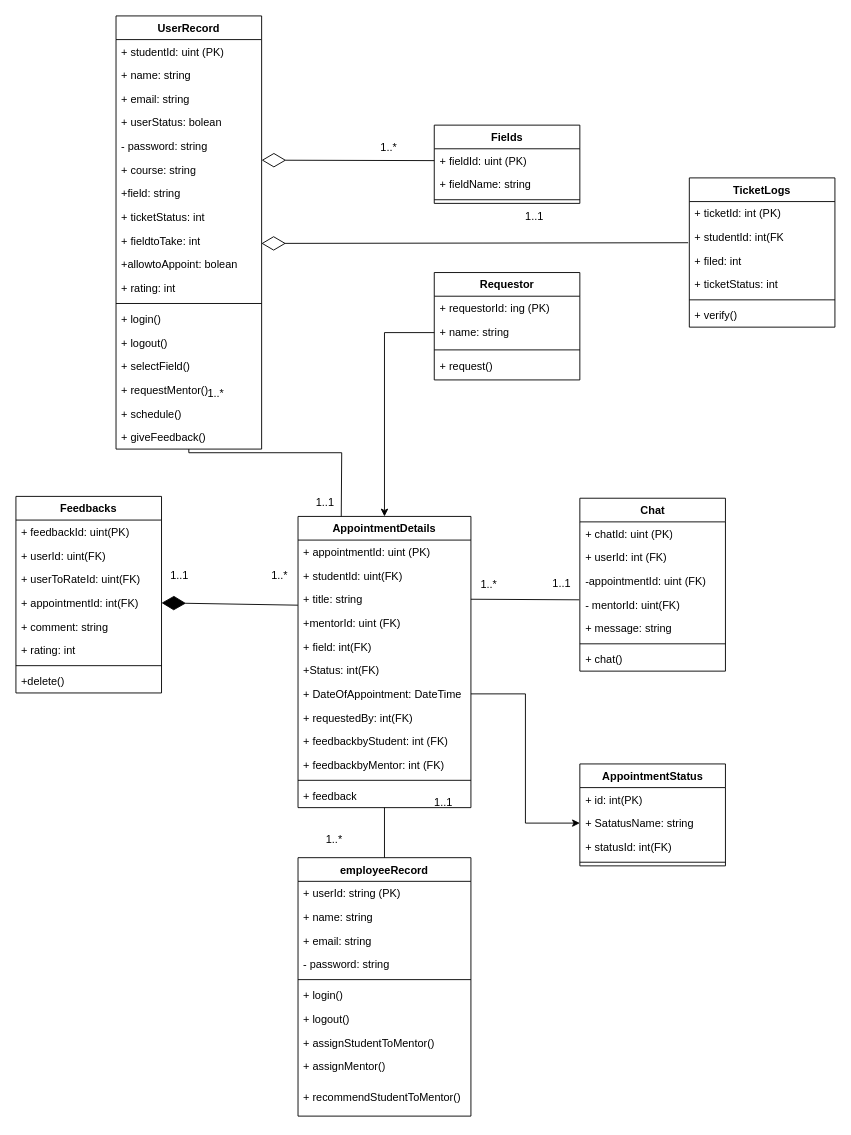
This is Alumni Mentorship Program Diagram.drawio from yoshilynfujitani/SA-Diagrams, a draw.io file, before an edit. Source tidied: cells renumbered, new cells numbered last; positions are measured from the earlier drawing's top-left corner, leaving out a move shared by most shapes. Both pictures are drawn from the tidied source at 91%, with x=0, y=0 at pixel (15, 15).
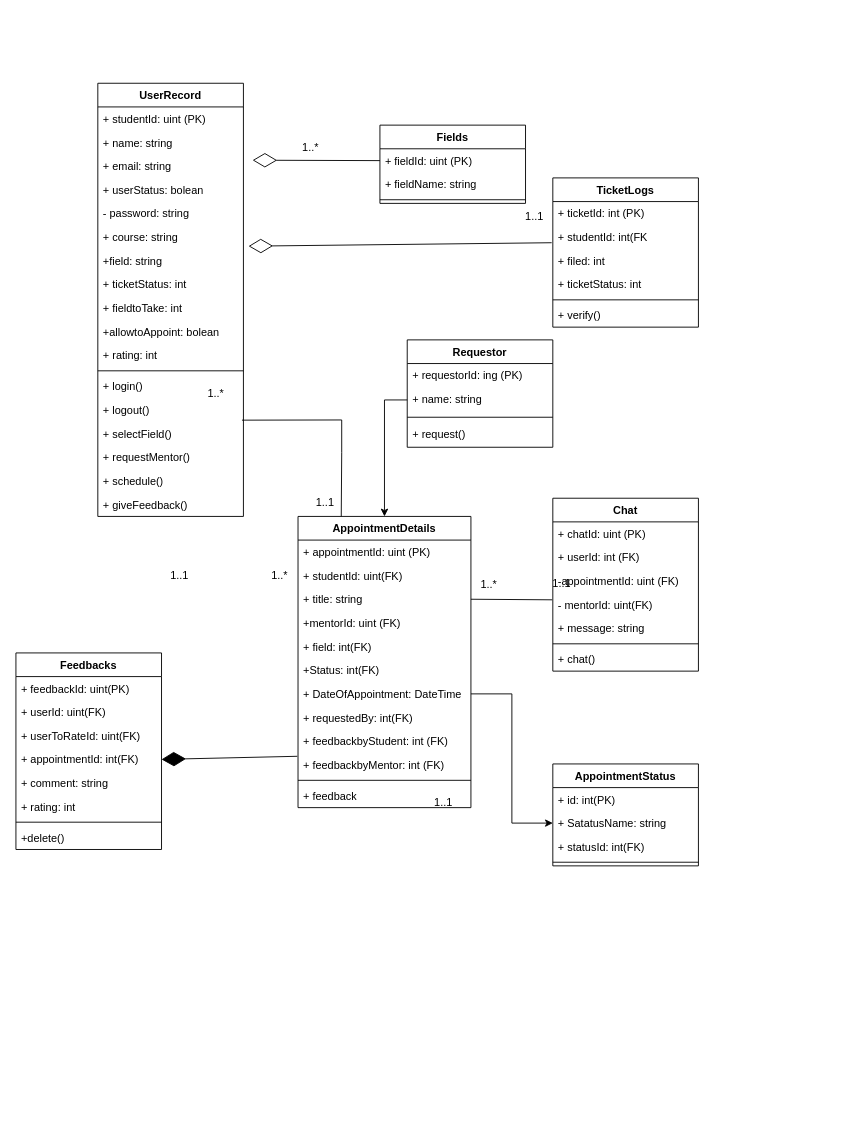
After the change.

Unchanged cells that the change refers to:
```xml
<mxCell id="5" value="+ email: string" style="text;strokeColor=none;fillColor=none;align=left;verticalAlign=top;spacingLeft=4;spacingRight=4;overflow=hidden;points=[[0,0.5],[1,0.5]];portConstraint=eastwest;whiteSpace=wrap;html=1;" parent="2" vertex="1">
  <mxGeometry y="78" width="160" height="26" as="geometry" />
</mxCell>
<mxCell id="8" value="+ course: string" style="text;strokeColor=none;fillColor=none;align=left;verticalAlign=top;spacingLeft=4;spacingRight=4;overflow=hidden;points=[[0,0.5],[1,0.5]];portConstraint=eastwest;whiteSpace=wrap;html=1;" parent="2" vertex="1">
  <mxGeometry y="156" width="160" height="26" as="geometry" />
</mxCell>
<mxCell id="16" value="+ logout()" style="text;strokeColor=none;fillColor=none;align=left;verticalAlign=top;spacingLeft=4;spacingRight=4;overflow=hidden;points=[[0,0.5],[1,0.5]];portConstraint=eastwest;whiteSpace=wrap;html=1;" parent="2" vertex="1">
  <mxGeometry y="346" width="160" height="26" as="geometry" />
</mxCell>
<mxCell id="20" value="+ giveFeedback()" style="text;strokeColor=none;fillColor=none;align=left;verticalAlign=top;spacingLeft=4;spacingRight=4;overflow=hidden;points=[[0,0.5],[1,0.5]];portConstraint=eastwest;whiteSpace=wrap;html=1;" parent="2" vertex="1">
  <mxGeometry y="450" width="160" height="26" as="geometry" />
</mxCell>
<mxCell id="32" value="AppointmentDetails" style="swimlane;fontStyle=1;align=center;verticalAlign=top;horizontal=1;startSize=26;whiteSpace=wrap;html=1;" parent="1" vertex="1">
  <mxGeometry x="310" y="550" width="190" height="320" as="geometry" />
</mxCell>
<mxCell id="36" value="+mentorId: uint (FK)" style="text;strokeColor=none;fillColor=none;align=left;verticalAlign=top;spacingLeft=4;spacingRight=4;overflow=hidden;points=[[0,0.5],[1,0.5]];portConstraint=eastwest;whiteSpace=wrap;html=1;" parent="32" vertex="1">
  <mxGeometry y="104" width="190" height="26" as="geometry" />
</mxCell>
<mxCell id="42" value="+ feedbackbyMentor: int (FK)&lt;br&gt;&lt;div&gt;&lt;br&gt;&lt;/div&gt;" style="text;strokeColor=none;fillColor=none;align=left;verticalAlign=top;spacingLeft=4;spacingRight=4;overflow=hidden;points=[[0,0.5],[1,0.5]];portConstraint=eastwest;whiteSpace=wrap;html=1;" parent="32" vertex="1">
  <mxGeometry y="260" width="190" height="26" as="geometry" />
</mxCell>
<mxCell id="49" value="+ appointmentId: int(FK)" style="text;strokeColor=none;fillColor=none;align=left;verticalAlign=top;spacingLeft=4;spacingRight=4;overflow=hidden;points=[[0,0.5],[1,0.5]];portConstraint=eastwest;whiteSpace=wrap;html=1;" parent="45" vertex="1">
  <mxGeometry y="104" width="160" height="26" as="geometry" />
</mxCell>
<mxCell id="57" value="+ fieldId: uint (PK)" style="text;strokeColor=none;fillColor=none;align=left;verticalAlign=top;spacingLeft=4;spacingRight=4;overflow=hidden;points=[[0,0.5],[1,0.5]];portConstraint=eastwest;whiteSpace=wrap;html=1;" parent="56" vertex="1">
  <mxGeometry y="26" width="160" height="26" as="geometry" />
</mxCell>
<mxCell id="95" value="+ studentId: int(FK" style="text;strokeColor=none;fillColor=none;align=left;verticalAlign=top;spacingLeft=4;spacingRight=4;overflow=hidden;points=[[0,0.5],[1,0.5]];portConstraint=eastwest;whiteSpace=wrap;html=1;" parent="93" vertex="1">
  <mxGeometry y="52" width="160" height="26" as="geometry" />
</mxCell>
```

The edit, as a diff of the source:
```diff
@@
     <mxCell id="2" value="UserRecord" style="swimlane;fontStyle=1;align=center;verticalAlign=top;horizontal=1;startSize=26;whiteSpace=wrap;html=1;" parent="1" vertex="1">
-      <mxGeometry x="110" width="160" height="476" as="geometry" />
+      <mxGeometry x="90" y="74" width="160" height="476" as="geometry" />
     </mxCell>
@@
-    <mxCell id="21" value="employeeRecord" style="swimlane;fontStyle=1;align=center;verticalAlign=top;horizontal=1;startSize=26;whiteSpace=wrap;html=1;" parent="1" vertex="1">
-      <mxGeometry x="310" y="925" width="190" height="284" as="geometry" />
-    </mxCell>
-    <mxCell id="22" value="+ userId: string (PK)" style="text;strokeColor=none;fillColor=none;align=left;verticalAlign=top;spacingLeft=4;spacingRight=4;overflow=hidden;whiteSpace=wrap;html=1;" parent="21" vertex="1">
-      <mxGeometry y="26" width="190" height="26" as="geometry" />
-    </mxCell>
-    <mxCell id="23" value="+ name: string&lt;br&gt;" style="text;strokeColor=none;fillColor=none;align=left;verticalAlign=top;spacingLeft=4;spacingRight=4;overflow=hidden;whiteSpace=wrap;html=1;" parent="21" vertex="1">
-      <mxGeometry y="52" width="190" height="26" as="geometry" />
-    </mxCell>
-    <mxCell id="24" value="+ email: string" style="text;strokeColor=none;fillColor=none;align=left;verticalAlign=top;spacingLeft=4;spacingRight=4;overflow=hidden;whiteSpace=wrap;html=1;" parent="21" vertex="1">
-      <mxGeometry y="78" width="190" height="26" as="geometry" />
-    </mxCell>
-    <mxCell id="25" value="- password: string" style="text;strokeColor=none;fillColor=none;align=left;verticalAlign=top;spacingLeft=4;spacingRight=4;overflow=hidden;whiteSpace=wrap;html=1;" parent="21" vertex="1">
-      <mxGeometry y="104" width="190" height="26" as="geometry" />
-    </mxCell>
-    <mxCell id="26" style="line;strokeWidth=1;fillColor=none;align=left;verticalAlign=middle;spacingTop=-1;spacingLeft=3;spacingRight=3;labelPosition=right;strokeColor=inherit;" parent="21" vertex="1">
-      <mxGeometry y="130" width="190" height="8" as="geometry" />
-    </mxCell>
-    <mxCell id="27" value="+ login()" style="text;strokeColor=none;fillColor=none;align=left;verticalAlign=top;spacingLeft=4;spacingRight=4;overflow=hidden;whiteSpace=wrap;html=1;" parent="21" vertex="1">
-      <mxGeometry y="138" width="190" height="26" as="geometry" />
-    </mxCell>
-    <mxCell id="28" value="+ logout()" style="text;strokeColor=none;fillColor=none;align=left;verticalAlign=top;spacingLeft=4;spacingRight=4;overflow=hidden;whiteSpace=wrap;html=1;" parent="21" vertex="1">
-      <mxGeometry y="164" width="190" height="26" as="geometry" />
-    </mxCell>
-    <mxCell id="29" value="+ assignStudentToMentor()" style="text;strokeColor=none;fillColor=none;align=left;verticalAlign=top;spacingLeft=4;spacingRight=4;overflow=hidden;whiteSpace=wrap;html=1;" parent="21" vertex="1">
-      <mxGeometry y="190" width="190" height="26" as="geometry" />
-    </mxCell>
-    <mxCell id="30" value="+ assignMentor()" style="text;strokeColor=none;fillColor=none;align=left;verticalAlign=top;spacingLeft=4;spacingRight=4;overflow=hidden;whiteSpace=wrap;html=1;" parent="21" vertex="1">
-      <mxGeometry y="216" width="190" height="34" as="geometry" />
-    </mxCell>
-    <mxCell id="31" value="+ recommendStudentToMentor()" style="text;strokeColor=none;fillColor=none;align=left;verticalAlign=top;spacingLeft=4;spacingRight=4;overflow=hidden;whiteSpace=wrap;html=1;" parent="21" vertex="1">
-      <mxGeometry y="250" width="190" height="34" as="geometry" />
-    </mxCell>
@@
     <mxCell id="45" value="Feedbacks" style="swimlane;fontStyle=1;align=center;verticalAlign=top;horizontal=1;startSize=26;whiteSpace=wrap;html=1;" parent="1" vertex="1">
-      <mxGeometry y="528" width="160" height="216" as="geometry" />
+      <mxGeometry y="700" width="160" height="216" as="geometry" />
     </mxCell>
@@
-    <mxCell id="54" style="endArrow=diamondThin;endFill=1;endSize=24;html=1;rounded=0;entryX=1;entryY=0.5;entryDx=0;entryDy=0;exitX=-0.001;exitY=-0.249;exitDx=0;exitDy=0;exitPerimeter=0;" parent="1" edge="1" source="36" target="49">
+    <mxCell id="54" style="endArrow=diamondThin;endFill=1;endSize=24;html=1;rounded=0;entryX=1;entryY=0.5;entryDx=0;entryDy=0;exitX=-0.004;exitY=0.138;exitDx=0;exitDy=0;exitPerimeter=0;" parent="1" edge="1" source="42" target="49">
       <mxGeometry relative="1" as="geometry" />
     </mxCell>
-    <mxCell id="55" style="endArrow=none;html=1;rounded=0;entryX=0.25;entryY=0;entryDx=0;entryDy=0;" parent="1" edge="1" source="20" target="32">
+    <mxCell id="55" style="endArrow=none;html=1;rounded=0;entryX=0.25;entryY=0;entryDx=0;entryDy=0;exitX=0.99;exitY=0.931;exitDx=0;exitDy=0;exitPerimeter=0;" parent="1" edge="1" source="16" target="32">
       <mxGeometry relative="1" as="geometry">
         <Array as="points">
-          <mxPoint x="190" y="480" />
+          <mxPoint x="358" y="444" />
           <mxPoint x="358" y="480" />
         </Array>
       </mxGeometry>
     </mxCell>
     <mxCell id="56" value="Fields" style="swimlane;fontStyle=1;align=center;verticalAlign=top;horizontal=1;startSize=26;whiteSpace=wrap;html=1;" parent="1" vertex="1">
-      <mxGeometry x="459.7" y="120" width="160" height="86" as="geometry" />
+      <mxGeometry x="400" y="120" width="160" height="86" as="geometry" />
     </mxCell>
@@
-    <mxCell id="60" style="endArrow=diamondThin;endFill=0;endSize=24;html=1;rounded=0;exitX=0;exitY=0.5;exitDx=0;exitDy=0;entryX=1.002;entryY=-0.056;entryDx=0;entryDy=0;entryPerimeter=0;" parent="1" edge="1" source="57">
-      <mxGeometry relative="1" as="geometry">
-        <mxPoint x="270" y="158.5" as="targetPoint" />
-      </mxGeometry>
+    <mxCell id="60" style="endArrow=diamondThin;endFill=0;endSize=24;html=1;rounded=0;exitX=0;exitY=0.5;exitDx=0;exitDy=0;entryX=1.063;entryY=0.252;entryDx=0;entryDy=0;entryPerimeter=0;" parent="1" edge="1" source="57" target="5">
+      <mxGeometry relative="1" as="geometry" />
     </mxCell>
@@
     <mxCell id="66" value="1..*" style="text;html=1;strokeColor=none;fillColor=none;align=center;verticalAlign=middle;whiteSpace=wrap;rounded=0;" parent="1" vertex="1">
-      <mxGeometry x="379.7" y="130" width="60" height="30" as="geometry" />
+      <mxGeometry x="294" y="130" width="60" height="30" as="geometry" />
     </mxCell>
-    <mxCell id="67" value="1..*" style="text;html=1;strokeColor=none;fillColor=none;align=center;verticalAlign=middle;whiteSpace=wrap;rounded=0;" parent="1" vertex="1">
-      <mxGeometry x="319.7" y="890" width="60" height="30" as="geometry" />
-    </mxCell>
@@
     <mxCell id="69" value="Chat" style="swimlane;fontStyle=1;align=center;verticalAlign=top;horizontal=1;startSize=26;whiteSpace=wrap;html=1;" parent="1" vertex="1">
-      <mxGeometry x="619.7" y="530" width="160" height="190" as="geometry" />
+      <mxGeometry x="590" y="530" width="160" height="190" as="geometry" />
     </mxCell>
@@
     <mxCell id="80" value="Requestor" style="swimlane;fontStyle=1;align=center;verticalAlign=top;horizontal=1;startSize=26;whiteSpace=wrap;html=1;" parent="1" vertex="1">
-      <mxGeometry x="459.7" y="282" width="160" height="118" as="geometry" />
+      <mxGeometry x="430" y="356" width="160" height="118" as="geometry" />
     </mxCell>
@@
-    <mxCell id="85" style="endArrow=none;html=1;rounded=0;entryX=0.5;entryY=0;entryDx=0;entryDy=0;exitX=0.5;exitY=1;exitDx=0;exitDy=0;" parent="1" edge="1" source="32" target="21">
-      <mxGeometry relative="1" as="geometry" />
-    </mxCell>
@@
     <mxCell id="87" value="AppointmentStatus" style="swimlane;fontStyle=1;align=center;verticalAlign=top;horizontal=1;startSize=26;whiteSpace=wrap;html=1;" parent="1" vertex="1">
-      <mxGeometry x="619.7" y="822" width="160" height="112" as="geometry" />
+      <mxGeometry x="590" y="822" width="160" height="112" as="geometry" />
     </mxCell>
@@
     <mxCell id="93" value="TicketLogs" style="swimlane;fontStyle=1;align=center;verticalAlign=top;horizontal=1;startSize=26;whiteSpace=wrap;html=1;" parent="1" vertex="1">
-      <mxGeometry x="740" y="178" width="160" height="164" as="geometry" />
+      <mxGeometry x="590" y="178" width="160" height="164" as="geometry" />
     </mxCell>
@@
-    <mxCell id="100" style="endArrow=diamondThin;endFill=0;endSize=24;html=1;rounded=0;exitX=-0.008;exitY=0.74;exitDx=0;exitDy=0;entryX=1.002;entryY=-0.056;entryDx=0;entryDy=0;entryPerimeter=0;exitPerimeter=0;" parent="1" edge="1" source="95">
-      <mxGeometry relative="1" as="geometry">
-        <mxPoint x="269.7" y="250" as="targetPoint" />
-      </mxGeometry>
+    <mxCell id="100" style="endArrow=diamondThin;endFill=0;endSize=24;html=1;rounded=0;exitX=-0.008;exitY=0.74;exitDx=0;exitDy=0;entryX=1.035;entryY=0.885;entryDx=0;entryDy=0;entryPerimeter=0;exitPerimeter=0;" parent="1" edge="1" source="95" target="8">
+      <mxGeometry relative="1" as="geometry" />
     </mxCell>
```
